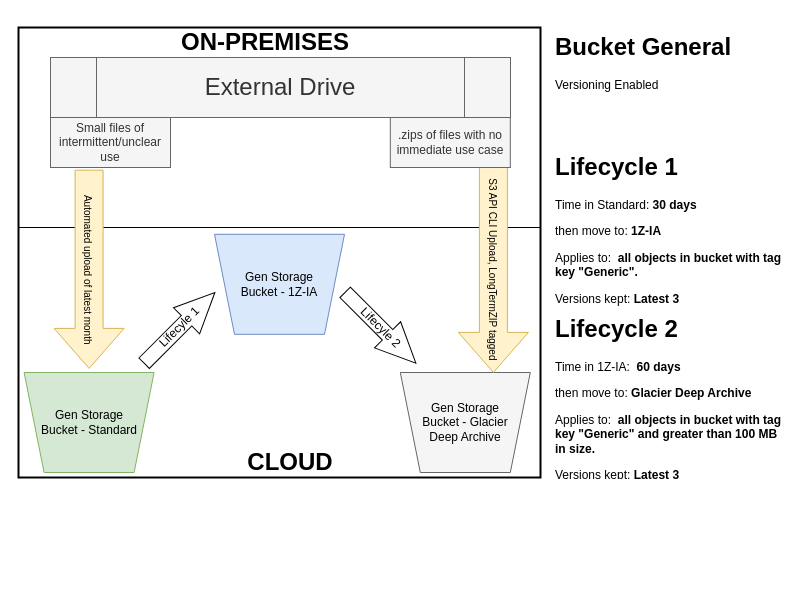
ancollis757/generaltools keeps this draw.io diagram as GeneralStorage.drawio. Above is the earlier version. Source tidied: cells renumbered, new cells numbered last; positions are measured from the earlier drawing's top-left corner, leaving out a move shared by most shapes. Both pictures are drawn from the tidied source at 100%, with x=0, y=0 at pixel (-10, 27).
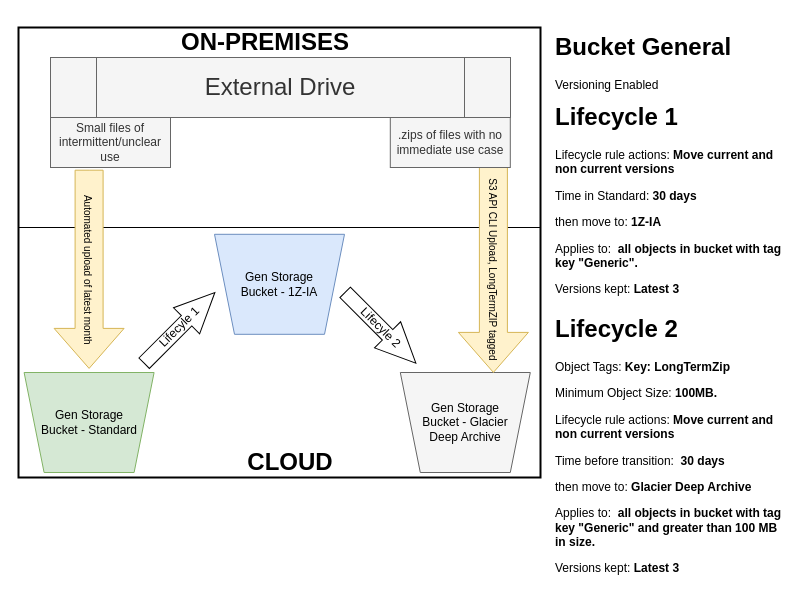
The same diagram, later.

Change to the diagram source:
```diff
@@
-    <mxCell id="19" value="&lt;h1&gt;Lifecycle 1&lt;/h1&gt;&lt;p&gt;Time in Standard: &lt;b&gt;30 days&lt;/b&gt;&lt;/p&gt;&lt;p&gt;then move to:&amp;nbsp;&lt;span style=&quot;background-color: initial;&quot;&gt;&lt;b&gt;1Z-IA&lt;/b&gt;&lt;/span&gt;&lt;/p&gt;&lt;p&gt;&lt;span style=&quot;background-color: initial;&quot;&gt;Applies to:&amp;nbsp; &lt;b&gt;all objects in bucket with tag key &quot;Generic&quot;.&lt;/b&gt;&lt;/span&gt;&lt;/p&gt;&lt;p&gt;&lt;span style=&quot;background-color: initial;&quot;&gt;Versions kept: &lt;b&gt;Latest&amp;nbsp;&lt;/b&gt;&lt;/span&gt;&lt;span style=&quot;background-color: initial;&quot;&gt;&lt;b&gt;3&lt;/b&gt;&lt;/span&gt;&lt;/p&gt;" style="text;html=1;strokeColor=none;fillColor=none;spacing=5;spacingTop=-20;whiteSpace=wrap;overflow=hidden;rounded=0;" parent="1" vertex="1">
-      <mxGeometry x="560" y="120" width="240" height="170" as="geometry" />
+    <mxCell id="19" value="&lt;h1&gt;Lifecycle 1&lt;/h1&gt;&lt;p&gt;Lifecycle rule actions: &lt;b&gt;Move current and non current versions&lt;/b&gt;&lt;/p&gt;&lt;p&gt;Time in Standard: &lt;b&gt;30 days&lt;/b&gt;&lt;/p&gt;&lt;p&gt;then move to:&amp;nbsp;&lt;span style=&quot;background-color: initial;&quot;&gt;&lt;b&gt;1Z-IA&lt;/b&gt;&lt;/span&gt;&lt;/p&gt;&lt;p&gt;&lt;span style=&quot;background-color: initial;&quot;&gt;Applies to:&amp;nbsp; &lt;b&gt;all objects in bucket with tag key &quot;Generic&quot;.&lt;/b&gt;&lt;/span&gt;&lt;/p&gt;&lt;p&gt;&lt;span style=&quot;background-color: initial;&quot;&gt;Versions kept: &lt;b&gt;Latest&amp;nbsp;&lt;/b&gt;&lt;/span&gt;&lt;span style=&quot;background-color: initial;&quot;&gt;&lt;b&gt;3&lt;/b&gt;&lt;/span&gt;&lt;/p&gt;" style="text;html=1;strokeColor=none;fillColor=none;spacing=5;spacingTop=-20;whiteSpace=wrap;overflow=hidden;rounded=0;" parent="1" vertex="1">
+      <mxGeometry x="560" y="70" width="240" height="220" as="geometry" />
     </mxCell>
     <mxCell id="20" value="&lt;h1&gt;Bucket General&lt;/h1&gt;&lt;p&gt;Versioning Enabled&lt;/p&gt;" style="text;html=1;strokeColor=none;fillColor=none;spacing=5;spacingTop=-20;whiteSpace=wrap;overflow=hidden;rounded=0;" parent="1" vertex="1">
-      <mxGeometry x="560" width="240" height="120" as="geometry" />
+      <mxGeometry x="560" width="240" height="70" as="geometry" />
     </mxCell>
-    <mxCell id="21" value="&lt;h1&gt;Lifecycle 2&lt;/h1&gt;&lt;p&gt;Time in 1Z-IA: &lt;b&gt;&amp;nbsp;60 days&lt;/b&gt;&lt;/p&gt;&lt;p&gt;then move to:&amp;nbsp;&lt;span style=&quot;background-color: initial;&quot;&gt;&lt;b&gt;Glacier Deep Archive&lt;/b&gt;&lt;/span&gt;&lt;/p&gt;&lt;p&gt;&lt;span style=&quot;background-color: initial;&quot;&gt;Applies to:&amp;nbsp; &lt;b&gt;all objects in bucket with tag key &quot;Generic&quot; and greater than 100 MB in size.&lt;/b&gt;&lt;/span&gt;&lt;/p&gt;&lt;p&gt;&lt;span style=&quot;background-color: initial;&quot;&gt;Versions kept: &lt;b&gt;Latest&amp;nbsp;&lt;/b&gt;&lt;/span&gt;&lt;span style=&quot;background-color: initial;&quot;&gt;&lt;b&gt;3&lt;/b&gt;&lt;/span&gt;&lt;/p&gt;" style="text;html=1;strokeColor=none;fillColor=none;spacing=5;spacingTop=-20;whiteSpace=wrap;overflow=hidden;rounded=0;" parent="1" vertex="1">
-      <mxGeometry x="560" y="281.9" width="240" height="170" as="geometry" />
+    <mxCell id="21" value="&lt;h1&gt;Lifecycle 2&lt;/h1&gt;&lt;p&gt;&lt;span style=&quot;background-color: initial;&quot;&gt;Object Tags: &lt;/span&gt;&lt;b style=&quot;background-color: initial;&quot;&gt;Key:&lt;/b&gt;&lt;span style=&quot;background-color: initial;&quot;&gt;&amp;nbsp;&lt;/span&gt;&lt;b style=&quot;background-color: initial;&quot;&gt;LongTermZip&lt;/b&gt;&lt;br&gt;&lt;/p&gt;&lt;p&gt;Minimum Object Size: &lt;b&gt;100MB.&lt;/b&gt;&lt;/p&gt;&lt;p&gt;Lifecycle rule actions:&amp;nbsp;&lt;b&gt;Move current and non current versions&lt;/b&gt;&lt;b&gt;&lt;br&gt;&lt;/b&gt;&lt;/p&gt;&lt;p&gt;Time before transition: &lt;b&gt;&amp;nbsp;30 days&lt;/b&gt;&lt;/p&gt;&lt;p&gt;then move to:&amp;nbsp;&lt;span style=&quot;background-color: initial;&quot;&gt;&lt;b&gt;Glacier Deep Archive&lt;/b&gt;&lt;/span&gt;&lt;/p&gt;&lt;p&gt;&lt;span style=&quot;background-color: initial;&quot;&gt;Applies to:&amp;nbsp; &lt;b&gt;all objects in bucket with tag key &quot;Generic&quot; and greater than 100 MB in size.&lt;/b&gt;&lt;/span&gt;&lt;/p&gt;&lt;p&gt;&lt;span style=&quot;background-color: initial;&quot;&gt;Versions kept: &lt;b&gt;Latest&amp;nbsp;&lt;/b&gt;&lt;/span&gt;&lt;span style=&quot;background-color: initial;&quot;&gt;&lt;b&gt;3&lt;/b&gt;&lt;/span&gt;&lt;/p&gt;" style="text;html=1;strokeColor=none;fillColor=none;spacing=5;spacingTop=-20;whiteSpace=wrap;overflow=hidden;rounded=0;" parent="1" vertex="1">
+      <mxGeometry x="560" y="281.9" width="240" height="288.1" as="geometry" />
     </mxCell>
```
